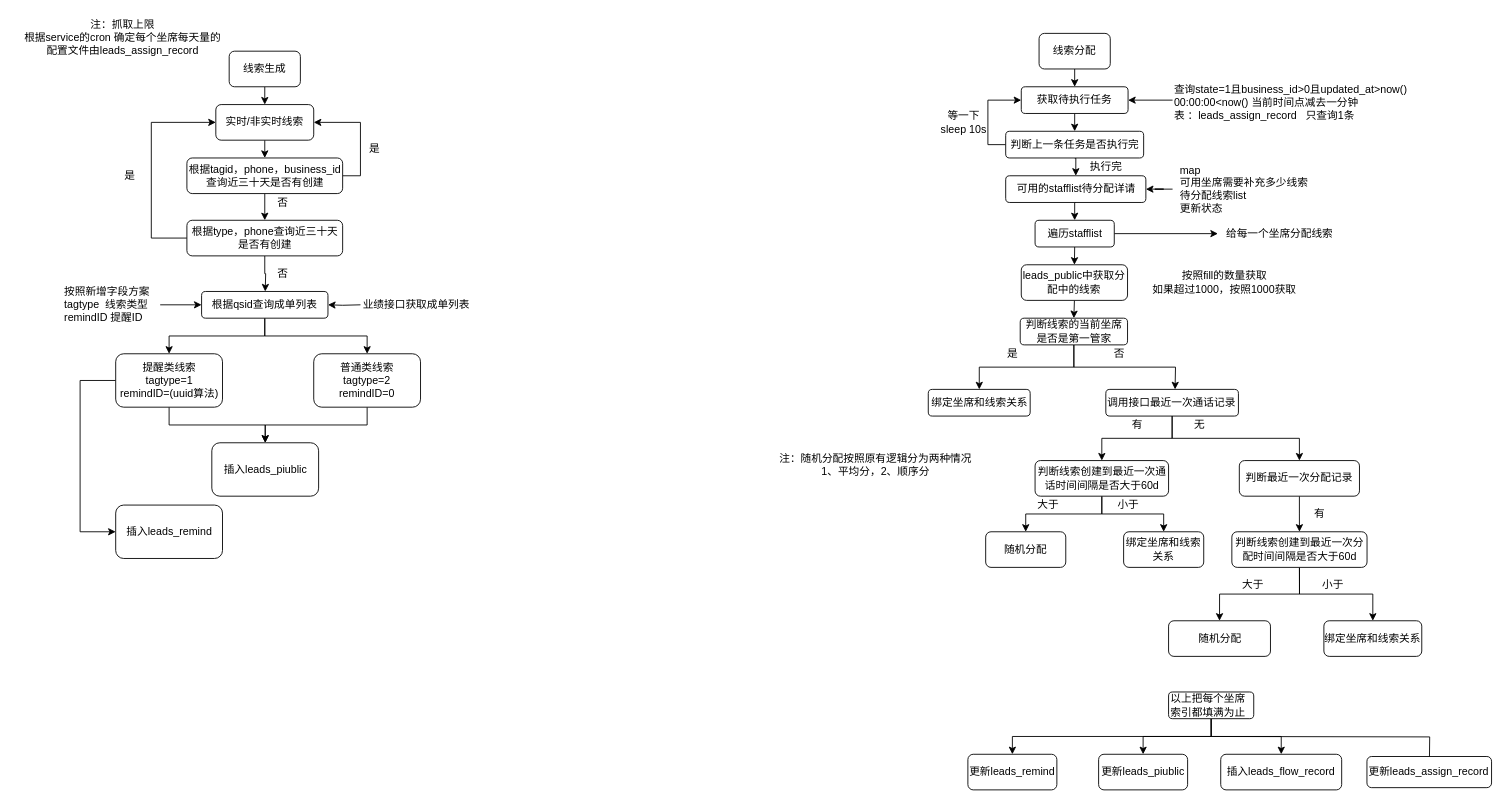
Earlier version of the draw.io diagram 新需求.drawio (jilinhao/test). Source tidied: cells renumbered, new cells numbered last; positions are measured from the earlier drawing's top-left corner, leaving out a move shared by most shapes. Both pictures are drawn from the tidied source at 89%, with x=0, y=0 at pixel (15, 15).
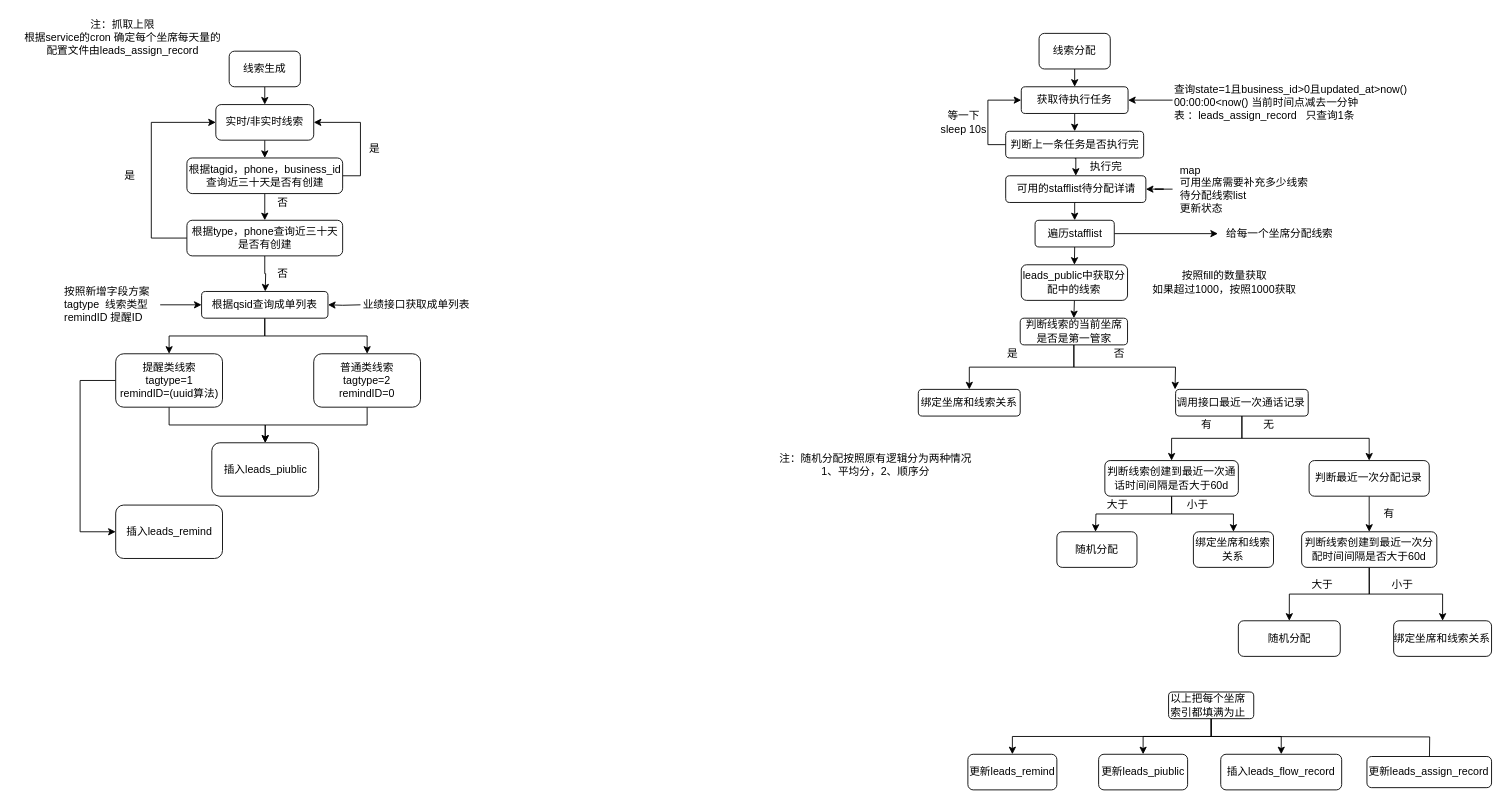
The same page after the edit.

Diff of the diagram source:
```diff
@@
     <mxCell id="54" value="绑定坐席和线索关系" style="rounded=1;whiteSpace=wrap;html=1;" parent="1" vertex="1">
-      <mxGeometry x="1025.5" y="420" width="114.5" height="30" as="geometry" />
+      <mxGeometry x="1014.3" y="420" width="114.5" height="30" as="geometry" />
     </mxCell>
@@
     <mxCell id="59" value="调用接口最近一次通话记录" style="rounded=1;whiteSpace=wrap;html=1;align=left;" parent="1" vertex="1">
-      <mxGeometry x="1225" y="420" width="149" height="30" as="geometry" />
+      <mxGeometry x="1303.4" y="420" width="149" height="30" as="geometry" />
     </mxCell>
-    <mxCell id="60" style="edgeStyle=orthogonalEdgeStyle;rounded=0;jettySize=auto;html=1;exitX=0.5;exitY=1;exitDx=0;exitDy=0;entryX=0.5;entryY=0;entryDx=0;entryDy=0;" parent="1" edge="1" source="62" target="67">
-      <mxGeometry relative="1" as="geometry" />
+    <mxCell id="60" style="edgeStyle=orthogonalEdgeStyle;rounded=0;jettySize=auto;html=1;exitX=0.5;exitY=1;exitDx=0;exitDy=0;entryX=0.5;entryY=0;entryDx=0;entryDy=0;" parent="1" edge="1" source="62">
+      <mxGeometry relative="1" as="geometry">
+        <mxPoint x="1213.4" y="580" as="targetPoint" />
+      </mxGeometry>
     </mxCell>
@@
     <mxCell id="62" value="&lt;span&gt;判断线索创建到最近一次通话时间间隔是否大于60d&lt;/span&gt;" style="rounded=1;whiteSpace=wrap;html=1;" parent="1" vertex="1">
-      <mxGeometry x="1145.5" y="500" width="150" height="40" as="geometry" />
+      <mxGeometry x="1223.9" y="500" width="150" height="40" as="geometry" />
     </mxCell>
@@
     <mxCell id="64" value="判断最近一次分配记录" style="rounded=1;whiteSpace=wrap;html=1;" parent="1" vertex="1">
-      <mxGeometry x="1375" y="500" width="135" height="40" as="geometry" />
+      <mxGeometry x="1453.4" y="500" width="135" height="40" as="geometry" />
     </mxCell>
     <mxCell id="65" value="有" style="text;html=1;align=center;verticalAlign=middle;" parent="1" vertex="1">
-      <mxGeometry x="1245" y="450" width="30" height="20" as="geometry" />
+      <mxGeometry x="1323.4" y="450" width="30" height="20" as="geometry" />
     </mxCell>
     <mxCell id="66" value="无" style="text;html=1;align=center;verticalAlign=middle;" parent="1" vertex="1">
-      <mxGeometry x="1315" y="450" width="30" height="20" as="geometry" />
+      <mxGeometry x="1393.4" y="450" width="30" height="20" as="geometry" />
     </mxCell>
     <mxCell id="67" value="随机分配" style="rounded=1;whiteSpace=wrap;html=1;" parent="1" vertex="1">
-      <mxGeometry x="1090" y="580" width="90" height="40" as="geometry" />
+      <mxGeometry x="1170" y="580" width="90" height="40" as="geometry" />
     </mxCell>
     <mxCell id="68" value="大于" style="text;html=1;align=center;verticalAlign=middle;" parent="1" vertex="1">
-      <mxGeometry x="1140" y="540" width="40" height="20" as="geometry" />
+      <mxGeometry x="1218.4" y="540" width="40" height="20" as="geometry" />
     </mxCell>
     <mxCell id="69" value="&lt;span&gt;绑定坐席和线索关系&lt;/span&gt;" style="rounded=1;whiteSpace=wrap;html=1;" parent="1" vertex="1">
-      <mxGeometry x="1245" y="580" width="90" height="40" as="geometry" />
+      <mxGeometry x="1323.4" y="580" width="90" height="40" as="geometry" />
     </mxCell>
     <mxCell id="70" value="小于" style="text;html=1;align=center;verticalAlign=middle;" parent="1" vertex="1">
-      <mxGeometry x="1230" y="540" width="40" height="20" as="geometry" />
+      <mxGeometry x="1308.4" y="540" width="40" height="20" as="geometry" />
     </mxCell>
@@
     <mxCell id="73" value="判断线索创建到最近一次分配时间间隔是否大于60d" style="rounded=1;whiteSpace=wrap;html=1;" parent="1" vertex="1">
-      <mxGeometry x="1366.6" y="580" width="151.9" height="40" as="geometry" />
+      <mxGeometry x="1445" y="580" width="151.9" height="40" as="geometry" />
     </mxCell>
     <mxCell id="74" value="&lt;span&gt;随机分配&lt;/span&gt;" style="rounded=1;whiteSpace=wrap;html=1;" parent="1" vertex="1">
-      <mxGeometry x="1295.5" y="680" width="114.5" height="40" as="geometry" />
+      <mxGeometry x="1373.9" y="680" width="114.5" height="40" as="geometry" />
     </mxCell>
     <mxCell id="75" value="&lt;span&gt;绑定坐席和线索关系&lt;/span&gt;" style="rounded=1;whiteSpace=wrap;html=1;" parent="1" vertex="1">
-      <mxGeometry x="1470" y="680" width="110" height="40" as="geometry" />
+      <mxGeometry x="1548.4" y="680" width="110" height="40" as="geometry" />
     </mxCell>
     <mxCell id="76" value="有" style="text;html=1;align=center;verticalAlign=middle;" parent="1" vertex="1">
-      <mxGeometry x="1450" y="550" width="30" height="20" as="geometry" />
+      <mxGeometry x="1528.4" y="550" width="30" height="20" as="geometry" />
     </mxCell>
     <mxCell id="77" value="大于" style="text;html=1;align=center;verticalAlign=middle;" parent="1" vertex="1">
-      <mxGeometry x="1370" y="630" width="40" height="20" as="geometry" />
+      <mxGeometry x="1448.4" y="630" width="40" height="20" as="geometry" />
     </mxCell>
     <mxCell id="78" value="小于" style="text;html=1;align=center;verticalAlign=middle;" parent="1" vertex="1">
-      <mxGeometry x="1460" y="630" width="40" height="20" as="geometry" />
+      <mxGeometry x="1538.4" y="630" width="40" height="20" as="geometry" />
     </mxCell>
```
